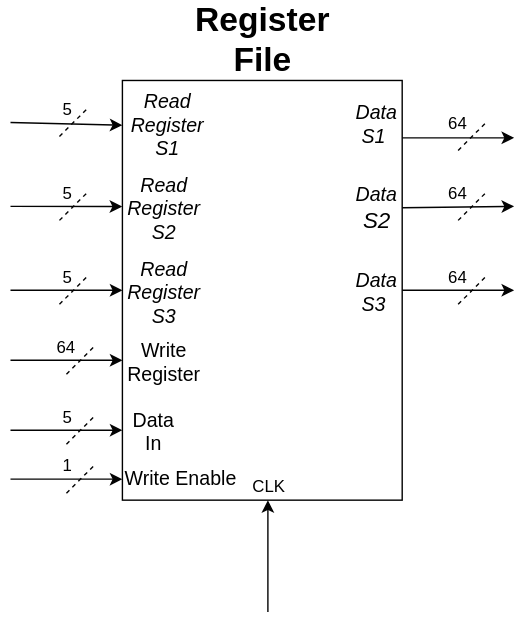
Above: Block_Diagrams_Schematic/Register_File/Register_File.svg in WilmerSuarez/Multimedia_Processor_ESE345 (draw.io), before the change. Source tidied: cells renumbered, new cells last; positions are measured from the earlier drawing's top-left corner, leaving out a move shared by most shapes. Source of this version:
```xml
<mxGraphModel background="#ffffff">
  <root>
    <mxCell id="0" />
    <mxCell id="1" parent="0" />
    <mxCell id="2" style="rounded=0;whiteSpace=wrap;html=1;" parent="1" vertex="1">
      <mxGeometry x="80" y="40" width="200" height="300" as="geometry" />
    </mxCell>
    <mxCell id="3" value="&lt;i&gt;&lt;font style=&quot;font-size: 14px&quot;&gt;Read Register S1&lt;/font&gt;&lt;/i&gt;" style="text;html=1;strokeColor=none;fillColor=none;align=center;verticalAlign=middle;whiteSpace=wrap;rounded=0;" parent="1" vertex="1">
      <mxGeometry x="85" y="60" width="55" height="20" as="geometry" />
    </mxCell>
    <mxCell id="4" value="&lt;b&gt;&lt;font style=&quot;font-size: 24px&quot;&gt;Register File&lt;/font&gt;&lt;/b&gt;" style="text;html=1;strokeColor=none;fillColor=none;align=center;verticalAlign=middle;whiteSpace=wrap;rounded=0;" parent="1" vertex="1">
      <mxGeometry x="140" width="80" height="20" as="geometry" />
    </mxCell>
    <mxCell id="5" value="&lt;i&gt;&lt;font style=&quot;font-size: 14px&quot;&gt;Read Register S2&lt;/font&gt;&lt;/i&gt;" style="text;html=1;strokeColor=none;fillColor=none;align=center;verticalAlign=middle;whiteSpace=wrap;rounded=0;" parent="1" vertex="1">
      <mxGeometry x="80" y="120" width="60" height="20" as="geometry" />
    </mxCell>
    <mxCell id="6" value="&lt;i&gt;&lt;font style=&quot;font-size: 14px&quot;&gt;Read Register S3&lt;/font&gt;&lt;/i&gt;" style="text;html=1;strokeColor=none;fillColor=none;align=center;verticalAlign=middle;whiteSpace=wrap;rounded=0;" parent="1" vertex="1">
      <mxGeometry x="80" y="180" width="60" height="20" as="geometry" />
    </mxCell>
    <mxCell id="7" value="&lt;i&gt;&lt;font style=&quot;font-size: 14px&quot;&gt;&amp;nbsp;Data S1&lt;/font&gt;&lt;/i&gt;" style="text;html=1;strokeColor=none;fillColor=none;align=center;verticalAlign=middle;whiteSpace=wrap;rounded=0;" parent="1" vertex="1">
      <mxGeometry x="240" y="60" width="40" height="20" as="geometry" />
    </mxCell>
    <mxCell id="8" value="&lt;i&gt;&lt;font style=&quot;font-size: 14px&quot;&gt;&amp;nbsp;Data&lt;/font&gt;&lt;/i&gt;&lt;div&gt;&lt;i&gt;&lt;font size=&quot;3&quot;&gt;&amp;nbsp;S2&lt;/font&gt;&lt;/i&gt;&lt;/div&gt;" style="text;html=1;strokeColor=none;fillColor=none;align=center;verticalAlign=middle;whiteSpace=wrap;rounded=0;" parent="1" vertex="1">
      <mxGeometry x="240" y="120" width="40" height="20" as="geometry" />
    </mxCell>
    <mxCell id="9" value="&lt;i&gt;&lt;font style=&quot;font-size: 14px&quot;&gt;&amp;nbsp;Data S3&lt;/font&gt;&lt;/i&gt;" style="text;html=1;strokeColor=none;fillColor=none;align=center;verticalAlign=middle;whiteSpace=wrap;rounded=0;" parent="1" vertex="1">
      <mxGeometry x="240" y="180" width="40" height="20" as="geometry" />
    </mxCell>
    <mxCell id="10" value="&lt;font style=&quot;font-size: 14px&quot;&gt;Write Register&lt;/font&gt;" style="text;html=1;strokeColor=none;fillColor=none;align=center;verticalAlign=middle;whiteSpace=wrap;rounded=0;" parent="1" vertex="1">
      <mxGeometry x="80" y="230" width="60" height="20" as="geometry" />
    </mxCell>
    <mxCell id="11" style="edgeStyle=orthogonalEdgeStyle;rounded=0;html=1;exitX=0.5;exitY=1;entryX=0.5;entryY=1;jettySize=auto;orthogonalLoop=1;strokeColor=#030303;" parent="1" edge="1" source="2" target="2">
      <mxGeometry relative="1" as="geometry" />
    </mxCell>
    <mxCell id="12" value="&lt;font style=&quot;font-size: 14px&quot;&gt;Data In&lt;/font&gt;" style="text;html=1;strokeColor=none;fillColor=none;align=center;verticalAlign=middle;whiteSpace=wrap;rounded=0;" parent="1" vertex="1">
      <mxGeometry x="85" y="280" width="35" height="20" as="geometry" />
    </mxCell>
    <mxCell id="13" value="CLK" style="text;html=1;strokeColor=none;fillColor=none;align=center;verticalAlign=middle;whiteSpace=wrap;rounded=0;" parent="1" vertex="1">
      <mxGeometry x="165" y="320" width="40" height="20" as="geometry" />
    </mxCell>
    <mxCell id="14" style="endArrow=none;dashed=1;html=1;strokeColor=#030303;" parent="1" edge="1">
      <mxGeometry relative="1" as="geometry">
        <mxPoint x="35" y="80" as="sourcePoint" />
        <mxPoint x="55" y="60" as="targetPoint" />
      </mxGeometry>
    </mxCell>
    <mxCell id="15" value="5" style="text;html=1;strokeColor=none;fillColor=none;align=center;verticalAlign=middle;whiteSpace=wrap;rounded=0;" parent="1" vertex="1">
      <mxGeometry x="20" y="50" width="40" height="20" as="geometry" />
    </mxCell>
    <mxCell id="16" value="64" style="text;html=1;strokeColor=none;fillColor=none;align=center;verticalAlign=middle;whiteSpace=wrap;rounded=0;" parent="1" vertex="1">
      <mxGeometry x="300" y="60" width="40" height="20" as="geometry" />
    </mxCell>
    <mxCell id="17" value="64" style="text;html=1;strokeColor=none;fillColor=none;align=center;verticalAlign=middle;whiteSpace=wrap;rounded=0;" parent="1" vertex="1">
      <mxGeometry x="300" y="110" width="40" height="20" as="geometry" />
    </mxCell>
    <mxCell id="18" value="64" style="text;html=1;strokeColor=none;fillColor=none;align=center;verticalAlign=middle;whiteSpace=wrap;rounded=0;" parent="1" vertex="1">
      <mxGeometry x="300" y="170" width="40" height="20" as="geometry" />
    </mxCell>
    <mxCell id="19" style="endArrow=none;dashed=1;html=1;strokeColor=#030303;" parent="1" edge="1">
      <mxGeometry relative="1" as="geometry">
        <mxPoint x="320" y="200" as="sourcePoint" />
        <mxPoint x="340" y="180" as="targetPoint" />
      </mxGeometry>
    </mxCell>
    <mxCell id="20" style="endArrow=none;dashed=1;html=1;strokeColor=#030303;" parent="1" edge="1">
      <mxGeometry relative="1" as="geometry">
        <mxPoint x="320" y="140" as="sourcePoint" />
        <mxPoint x="340" y="120" as="targetPoint" />
      </mxGeometry>
    </mxCell>
    <mxCell id="21" style="endArrow=none;dashed=1;html=1;strokeColor=#030303;" parent="1" edge="1">
      <mxGeometry relative="1" as="geometry">
        <mxPoint x="320" y="90" as="sourcePoint" />
        <mxPoint x="340" y="70" as="targetPoint" />
      </mxGeometry>
    </mxCell>
    <mxCell id="22" style="endArrow=classic;html=1;strokeColor=#030303;" parent="1" edge="1">
      <mxGeometry relative="1" as="geometry">
        <mxPoint x="184" y="420" as="sourcePoint" />
        <mxPoint x="184" y="340" as="targetPoint" />
      </mxGeometry>
    </mxCell>
    <mxCell id="23" style="endArrow=classic;html=1;strokeColor=#030303;entryX=0;entryY=0.107;entryPerimeter=0;" parent="1" edge="1" target="2">
      <mxGeometry relative="1" as="geometry">
        <mxPoint y="70" as="sourcePoint" />
      </mxGeometry>
    </mxCell>
    <mxCell id="24" style="endArrow=none;dashed=1;html=1;strokeColor=#030303;" parent="1" edge="1">
      <mxGeometry relative="1" as="geometry">
        <mxPoint x="35" y="140" as="sourcePoint" />
        <mxPoint x="55" y="120" as="targetPoint" />
      </mxGeometry>
    </mxCell>
    <mxCell id="25" value="5" style="text;html=1;strokeColor=none;fillColor=none;align=center;verticalAlign=middle;whiteSpace=wrap;rounded=0;" parent="1" vertex="1">
      <mxGeometry x="20" y="110" width="40" height="20" as="geometry" />
    </mxCell>
    <mxCell id="26" style="endArrow=classic;html=1;strokeColor=#030303;entryX=0;entryY=0.25;" parent="1" edge="1">
      <mxGeometry relative="1" as="geometry">
        <mxPoint y="130" as="sourcePoint" />
        <mxPoint x="79.9" y="130.1" as="targetPoint" />
      </mxGeometry>
    </mxCell>
    <mxCell id="27" style="endArrow=none;dashed=1;html=1;strokeColor=#030303;" parent="1" edge="1">
      <mxGeometry relative="1" as="geometry">
        <mxPoint x="35" y="200" as="sourcePoint" />
        <mxPoint x="55" y="180" as="targetPoint" />
      </mxGeometry>
    </mxCell>
    <mxCell id="28" value="5" style="text;html=1;strokeColor=none;fillColor=none;align=center;verticalAlign=middle;whiteSpace=wrap;rounded=0;" parent="1" vertex="1">
      <mxGeometry x="20" y="170" width="40" height="20" as="geometry" />
    </mxCell>
    <mxCell id="29" style="endArrow=classic;html=1;strokeColor=#030303;entryX=0;entryY=0.5;" parent="1" edge="1" target="6">
      <mxGeometry relative="1" as="geometry">
        <mxPoint y="190" as="sourcePoint" />
      </mxGeometry>
    </mxCell>
    <mxCell id="30" value="5" style="text;html=1;strokeColor=none;fillColor=none;align=center;verticalAlign=middle;whiteSpace=wrap;rounded=0;" parent="1" vertex="1">
      <mxGeometry x="20" y="270" width="40" height="20" as="geometry" />
    </mxCell>
    <mxCell id="31" style="endArrow=classic;html=1;strokeColor=#030303;entryX=0;entryY=0.5;" parent="1" edge="1" target="10">
      <mxGeometry relative="1" as="geometry">
        <mxPoint y="240" as="sourcePoint" />
      </mxGeometry>
    </mxCell>
    <mxCell id="32" style="endArrow=classic;html=1;strokeColor=#030303;" parent="1" edge="1">
      <mxGeometry relative="1" as="geometry">
        <mxPoint y="290" as="sourcePoint" />
        <mxPoint x="80" y="290" as="targetPoint" />
      </mxGeometry>
    </mxCell>
    <mxCell id="33" style="endArrow=none;dashed=1;html=1;strokeColor=#030303;" parent="1" edge="1">
      <mxGeometry relative="1" as="geometry">
        <mxPoint x="40" y="300" as="sourcePoint" />
        <mxPoint x="60" y="280" as="targetPoint" />
      </mxGeometry>
    </mxCell>
    <mxCell id="34" value="64" style="text;html=1;strokeColor=none;fillColor=none;align=center;verticalAlign=middle;whiteSpace=wrap;rounded=0;" parent="1" vertex="1">
      <mxGeometry x="20" y="220" width="40" height="20" as="geometry" />
    </mxCell>
    <mxCell id="35" style="endArrow=none;dashed=1;html=1;strokeColor=#030303;" parent="1" edge="1">
      <mxGeometry relative="1" as="geometry">
        <mxPoint x="40" y="250" as="sourcePoint" />
        <mxPoint x="60" y="230" as="targetPoint" />
      </mxGeometry>
    </mxCell>
    <mxCell id="36" style="endArrow=classic;html=1;strokeColor=#030303;" parent="1" edge="1">
      <mxGeometry relative="1" as="geometry">
        <mxPoint x="280" y="131" as="sourcePoint" />
        <mxPoint x="360" y="130" as="targetPoint" />
      </mxGeometry>
    </mxCell>
    <mxCell id="37" style="endArrow=classic;html=1;strokeColor=#030303;" parent="1" edge="1">
      <mxGeometry relative="1" as="geometry">
        <mxPoint x="280" y="190" as="sourcePoint" />
        <mxPoint x="360" y="190" as="targetPoint" />
      </mxGeometry>
    </mxCell>
    <mxCell id="38" style="edgeStyle=none;shape=arrow;rounded=0;html=1;exitX=0.5;exitY=0;entryX=0.5;entryY=0;shadow=0;jettySize=auto;orthogonalLoop=1;strokeColor=#030303;fillColor=#000099;" parent="1" edge="1" source="7" target="7">
      <mxGeometry relative="1" as="geometry" />
    </mxCell>
    <mxCell id="39" style="endArrow=classic;html=1;shadow=0;strokeColor=#030303;fillColor=#000099;exitX=0.99;exitY=1.03;exitPerimeter=0;" parent="1" edge="1" source="7">
      <mxGeometry relative="1" as="geometry">
        <mxPoint x="360" y="81" as="targetPoint" />
      </mxGeometry>
    </mxCell>
    <mxCell id="40" value="&lt;font style=&quot;font-size: 14px&quot;&gt;Write Enable&lt;/font&gt;&lt;div&gt;&lt;br&gt;&lt;/div&gt;" style="text;html=1;" parent="1" vertex="1">
      <mxGeometry x="80" y="310" width="70" height="30" as="geometry" />
    </mxCell>
    <mxCell id="41" value="1" style="text;html=1;strokeColor=none;fillColor=none;align=center;verticalAlign=middle;whiteSpace=wrap;rounded=0;" parent="1" vertex="1">
      <mxGeometry x="20" y="305" width="40" height="20" as="geometry" />
    </mxCell>
    <mxCell id="42" style="endArrow=classic;html=1;strokeColor=#030303;" parent="1" edge="1">
      <mxGeometry relative="1" as="geometry">
        <mxPoint y="325" as="sourcePoint" />
        <mxPoint x="80" y="325" as="targetPoint" />
      </mxGeometry>
    </mxCell>
    <mxCell id="43" style="endArrow=none;dashed=1;html=1;strokeColor=#030303;" parent="1" edge="1">
      <mxGeometry relative="1" as="geometry">
        <mxPoint x="40" y="335" as="sourcePoint" />
        <mxPoint x="60" y="315" as="targetPoint" />
      </mxGeometry>
    </mxCell>
  </root>
</mxGraphModel>
```
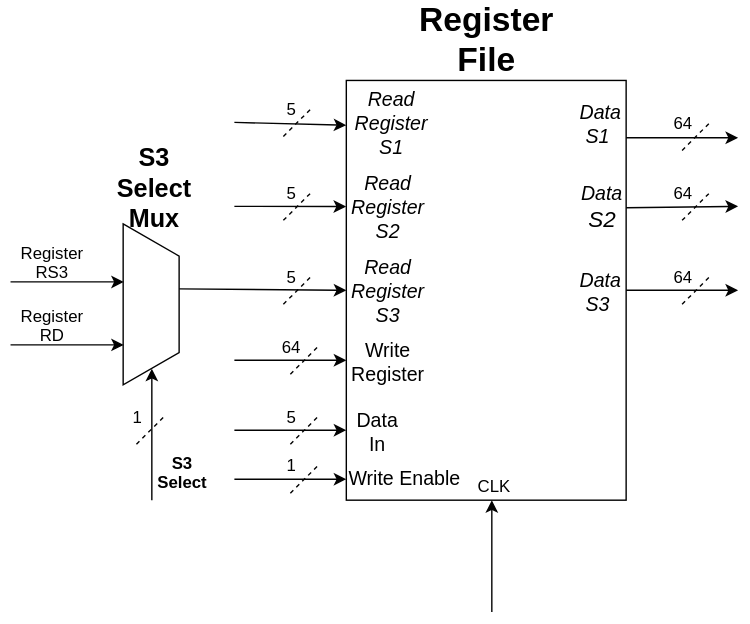
The same diagram one commit later.

The edit, as a diff of the source:
```diff
@@ -109,10 +109,8 @@
     <mxCell id="28" value="5" style="text;html=1;strokeColor=none;fillColor=none;align=center;verticalAlign=middle;whiteSpace=wrap;rounded=0;" parent="1" vertex="1">
       <mxGeometry x="20" y="170" width="40" height="20" as="geometry" />
     </mxCell>
-    <mxCell id="29" style="endArrow=classic;html=1;strokeColor=#030303;entryX=0;entryY=0.5;" parent="1" edge="1" target="6">
-      <mxGeometry relative="1" as="geometry">
-        <mxPoint y="190" as="sourcePoint" />
-      </mxGeometry>
+    <mxCell id="29" style="endArrow=classic;html=1;strokeColor=#030303;entryX=0;entryY=0.5;exitX=0.404;exitY=0.013;exitPerimeter=0;" parent="1" edge="1" source="44" target="6">
+      <mxGeometry relative="1" as="geometry" />
     </mxCell>
     <mxCell id="30" value="5" style="text;html=1;strokeColor=none;fillColor=none;align=center;verticalAlign=middle;whiteSpace=wrap;rounded=0;" parent="1" vertex="1">
       <mxGeometry x="20" y="270" width="40" height="20" as="geometry" />
@@ -181,5 +179,44 @@
         <mxPoint x="60" y="315" as="targetPoint" />
       </mxGeometry>
     </mxCell>
+    <mxCell id="44" style="shape=trapezoid;perimeter=trapezoidPerimeter;whiteSpace=wrap;html=1;strokeColor=#030303;fillColor=#FFFFFF;rotation=90;" parent="1" vertex="1">
+      <mxGeometry x="-117" y="180" width="115" height="40" as="geometry" />
+    </mxCell>
+    <mxCell id="45" value="&lt;span style=&quot;font-size: 18px&quot;&gt;&lt;b&gt;S3 Select Mux&lt;/b&gt;&lt;/span&gt;" style="text;html=1;strokeColor=none;fillColor=none;align=center;verticalAlign=middle;whiteSpace=wrap;rounded=0;" parent="1" vertex="1">
+      <mxGeometry x="-77" y="107" width="40" height="20" as="geometry" />
+    </mxCell>
+    <mxCell id="46" style="endArrow=classic;html=1;entryX=0.361;entryY=0.988;entryPerimeter=0;" parent="1" edge="1" target="44">
+      <mxGeometry relative="1" as="geometry">
+        <mxPoint x="-160" y="184" as="sourcePoint" />
+      </mxGeometry>
+    </mxCell>
+    <mxCell id="47" style="endArrow=classic;html=1;entryX=0.75;entryY=1;" parent="1" edge="1" target="44">
+      <mxGeometry relative="1" as="geometry">
+        <mxPoint x="-160" y="229" as="sourcePoint" />
+      </mxGeometry>
+    </mxCell>
+    <mxCell id="48" style="endArrow=classic;html=1;entryX=1;entryY=0.5;" parent="1" edge="1" target="44">
+      <mxGeometry relative="1" as="geometry">
+        <mxPoint x="-59" y="340" as="sourcePoint" />
+      </mxGeometry>
+    </mxCell>
+    <mxCell id="49" style="endArrow=none;dashed=1;html=1;" parent="1" edge="1">
+      <mxGeometry relative="1" as="geometry">
+        <mxPoint x="-70" y="300" as="sourcePoint" />
+        <mxPoint x="-50" y="280" as="targetPoint" />
+      </mxGeometry>
+    </mxCell>
+    <mxCell id="50" value="1" style="text;html=1;strokeColor=none;fillColor=none;align=center;verticalAlign=middle;whiteSpace=wrap;rounded=0;" parent="1" vertex="1">
+      <mxGeometry x="-90" y="270" width="40" height="20" as="geometry" />
+    </mxCell>
+    <mxCell id="51" value="&lt;b&gt;S3 Select&lt;/b&gt;" style="text;html=1;strokeColor=none;fillColor=none;align=center;verticalAlign=middle;whiteSpace=wrap;rounded=0;" parent="1" vertex="1">
+      <mxGeometry x="-57" y="310" width="40" height="20" as="geometry" />
+    </mxCell>
+    <mxCell id="52" value="Register RS3" style="text;html=1;strokeColor=none;fillColor=none;align=center;verticalAlign=middle;whiteSpace=wrap;rounded=0;" parent="1" vertex="1">
+      <mxGeometry x="-150" y="160" width="40" height="20" as="geometry" />
+    </mxCell>
+    <mxCell id="53" value="Register RD" style="text;html=1;strokeColor=none;fillColor=none;align=center;verticalAlign=middle;whiteSpace=wrap;rounded=0;" parent="1" vertex="1">
+      <mxGeometry x="-150" y="200" width="40" height="30" as="geometry" />
+    </mxCell>
   </root>
 </mxGraphModel>
```
